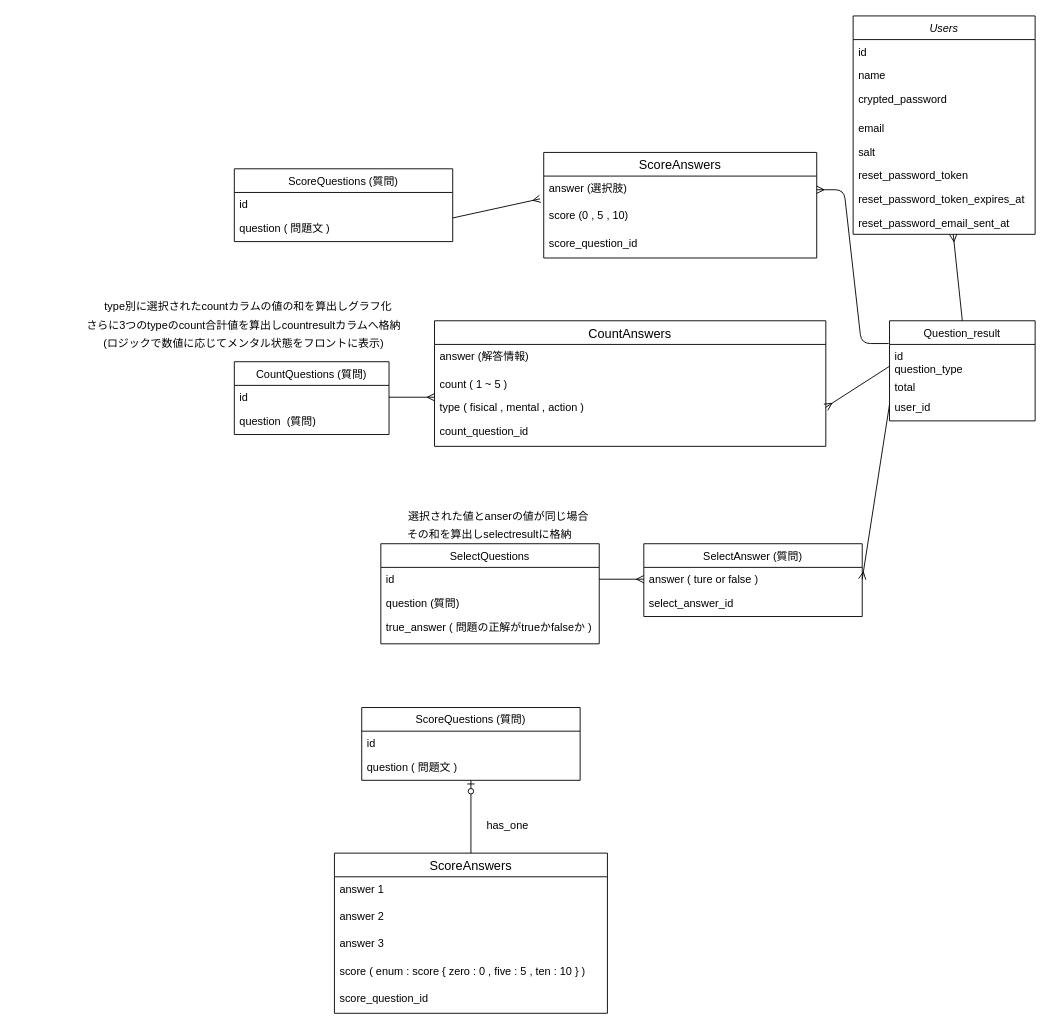
Before: Untitled Diagram.drawio in ko-suke1016/IKEMENTAL, a draw.io diagram. Source tidied: cells renumbered, new cells numbered last; positions are measured from the earlier drawing's top-left corner, leaving out a move shared by most shapes. Both pictures are drawn from the tidied source at 91%, with x=0, y=0 at pixel (15, 15).
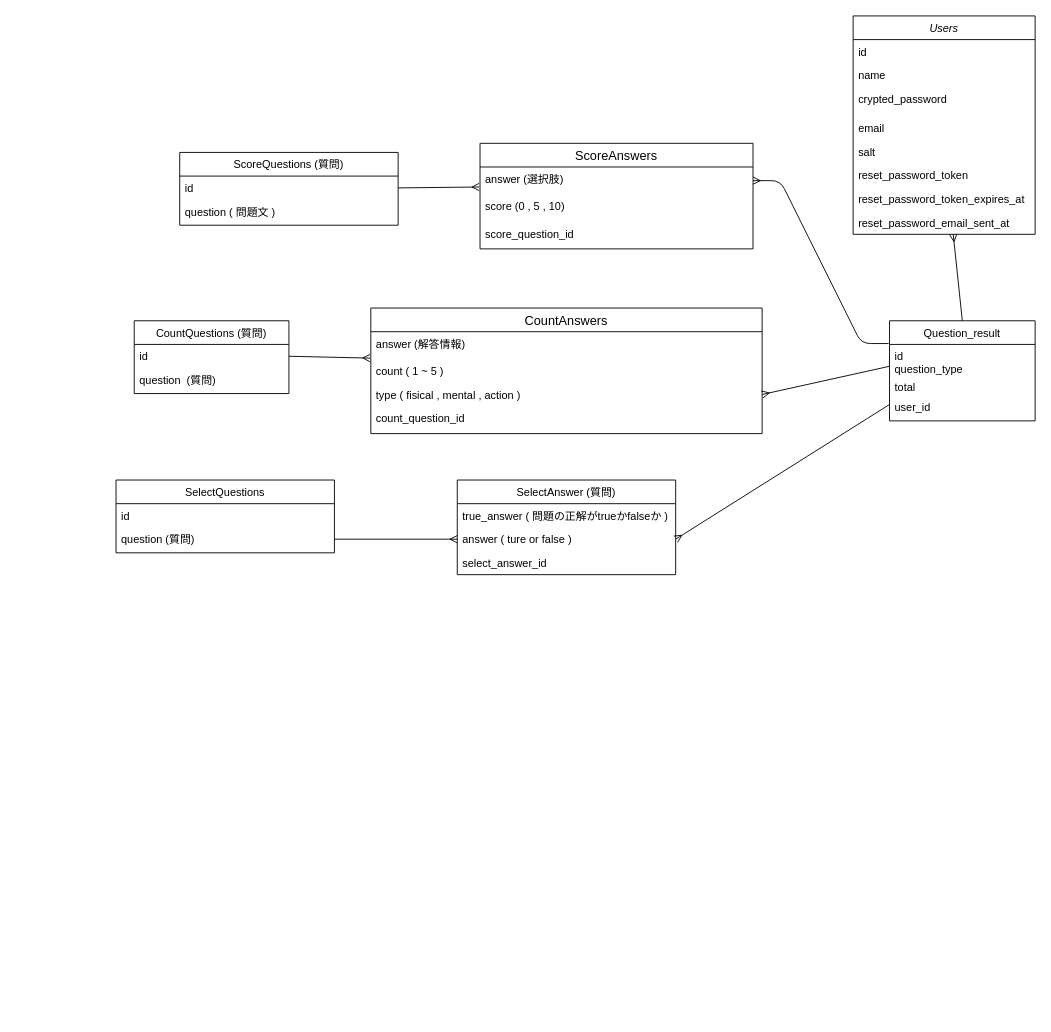
After the change.

Unchanged cells that the change refers to:
```xml
<mxCell id="12" value="id" style="text;align=left;verticalAlign=top;spacingLeft=4;spacingRight=4;overflow=hidden;points=[[0,0.5],[1,0.5]];portConstraint=eastwest;" parent="11" vertex="1">
  <mxGeometry y="26" width="170" height="26" as="geometry" />
</mxCell>
<mxCell id="15" value="id" style="text;align=left;verticalAlign=top;spacingLeft=4;spacingRight=4;overflow=hidden;points=[[0,0.5],[1,0.5]];portConstraint=eastwest;" parent="14" vertex="1">
  <mxGeometry y="26" width="240" height="26" as="geometry" />
</mxCell>
<mxCell id="16" value="question (質問)" style="text;align=left;verticalAlign=top;spacingLeft=4;spacingRight=4;overflow=hidden;points=[[0,0.5],[1,0.5]];portConstraint=eastwest;rounded=0;shadow=0;html=0;" parent="14" vertex="1">
  <mxGeometry y="52" width="240" height="26" as="geometry" />
</mxCell>
<mxCell id="25" value="id" style="text;align=left;verticalAlign=top;spacingLeft=4;spacingRight=4;overflow=hidden;points=[[0,0.5],[1,0.5]];portConstraint=eastwest;" parent="24" vertex="1">
  <mxGeometry y="26" width="240" height="26" as="geometry" />
</mxCell>
<mxCell id="34" value="answer (選択肢)" style="text;strokeColor=none;fillColor=none;spacingLeft=4;spacingRight=4;overflow=hidden;points=[[0,0.5],[1,0.5]];portConstraint=eastwest;fontSize=12;" parent="33" vertex="1">
  <mxGeometry y="26" width="300" height="30" as="geometry" />
</mxCell>
<mxCell id="41" value="answer (解答情報)" style="text;strokeColor=none;fillColor=none;spacingLeft=4;spacingRight=4;overflow=hidden;points=[[0,0.5],[1,0.5]];portConstraint=eastwest;fontSize=12;" parent="40" vertex="1">
  <mxGeometry y="26" width="430" height="30" as="geometry" />
</mxCell>
```

What changed in the source:
```diff
@@
     <mxCell id="11" value="CountQuestions (質問)" style="swimlane;fontStyle=0;align=center;verticalAlign=top;horizontal=1;startSize=26;rounded=0;shadow=0;strokeWidth=1;" parent="1" vertex="1">
-      <mxGeometry x="240" y="380" width="170" height="80" as="geometry" />
+      <mxGeometry x="130" y="335" width="170" height="80" as="geometry" />
     </mxCell>
@@
     <mxCell id="14" value="SelectQuestions" style="swimlane;fontStyle=0;align=center;verticalAlign=top;horizontal=1;startSize=26;rounded=0;shadow=0;strokeWidth=1;" parent="1" vertex="1">
-      <mxGeometry x="401" y="580" width="240" height="110" as="geometry" />
+      <mxGeometry x="110" y="510" width="240" height="80" as="geometry" />
     </mxCell>
@@
-    <mxCell id="17" value="true_answer ( 問題の正解がtrueかfalseか )" style="text;align=left;verticalAlign=top;spacingLeft=4;spacingRight=4;overflow=hidden;" parent="14" vertex="1">
-      <mxGeometry y="78" width="240" height="26" as="geometry" />
-    </mxCell>
@@
     <mxCell id="24" value="ScoreQuestions (質問)" style="swimlane;fontStyle=0;align=center;verticalAlign=top;horizontal=1;startSize=26;rounded=0;shadow=0;strokeWidth=1;" parent="1" vertex="1">
-      <mxGeometry x="240" y="168" width="240" height="80" as="geometry" />
+      <mxGeometry x="180" y="150" width="240" height="80" as="geometry" />
     </mxCell>
@@
-    <mxCell id="27" value="type別に選択されたcountカラムの値の和を算出しグラフ化" style="text;html=1;align=center;verticalAlign=middle;strokeColor=none;" parent="1" vertex="1">
-      <mxGeometry x="90" y="310" width="330" height="20" as="geometry" />
-    </mxCell>
-    <mxCell id="28" value="さらに3つのtypeのcount合計値を算出しcountresultカラムへ格納" style="text;html=1;align=center;verticalAlign=middle;strokeColor=none;" parent="1" vertex="1">
-      <mxGeometry x="70" y="330" width="360" height="20" as="geometry" />
-    </mxCell>
-    <mxCell id="29" value="(ロジックで数値に応じてメンタル状態をフロントに表示)" style="text;html=1;align=center;verticalAlign=middle;strokeColor=none;" parent="1" vertex="1">
-      <mxGeometry x="90" y="350" width="320" height="20" as="geometry" />
-    </mxCell>
-    <mxCell id="30" value="選択された値とanserの値が同じ場合" style="text;html=1;align=center;verticalAlign=middle;strokeColor=none;" parent="1" vertex="1">
-      <mxGeometry x="425" y="540" width="210" height="20" as="geometry" />
-    </mxCell>
-    <mxCell id="31" value="その和を算出しselectresultに格納" style="text;html=1;align=center;verticalAlign=middle;strokeColor=none;" parent="1" vertex="1">
-      <mxGeometry x="420" y="560" width="200" height="20" as="geometry" />
-    </mxCell>
@@
     <mxCell id="33" value="ScoreAnswers" style="swimlane;fontStyle=0;horizontal=1;startSize=26;align=center;fontSize=14;" parent="1" vertex="1">
-      <mxGeometry x="580" y="150" width="300" height="116" as="geometry" />
+      <mxGeometry x="510" y="140" width="300" height="116" as="geometry" />
     </mxCell>
@@
-    <mxCell id="37" style="fontSize=12;html=1;endArrow=ERmany;entryX=-0.013;entryY=0.833;entryDx=0;entryDy=0;elbow=vertical;exitX=1;exitY=0.5;exitDx=0;exitDy=0;entryPerimeter=0;" parent="1" edge="1" target="34">
-      <mxGeometry relative="1" as="geometry">
-        <mxPoint x="480" y="222" as="sourcePoint" />
-      </mxGeometry>
+    <mxCell id="37" style="fontSize=12;html=1;endArrow=ERmany;elbow=vertical;exitX=1;exitY=0.5;exitDx=0;exitDy=0;entryX=-0.003;entryY=0.733;entryDx=0;entryDy=0;entryPerimeter=0;" parent="1" edge="1" source="25" target="34">
+      <mxGeometry relative="1" as="geometry" />
     </mxCell>
@@
     <mxCell id="40" value="CountAnswers" style="swimlane;fontStyle=0;horizontal=1;startSize=26;align=center;fontSize=14;" parent="1" vertex="1">
-      <mxGeometry x="460" y="335" width="430" height="138" as="geometry" />
+      <mxGeometry x="390" y="321" width="430" height="138" as="geometry" />
     </mxCell>
@@
-    <mxCell id="45" style="fontSize=12;html=1;endArrow=ERmany;exitX=1;exitY=0.5;exitDx=0;exitDy=0;" parent="1" edge="1" source="12">
-      <mxGeometry relative="1" as="geometry">
-        <mxPoint x="460" y="419" as="targetPoint" />
-      </mxGeometry>
+    <mxCell id="45" style="fontSize=12;html=1;endArrow=ERmany;exitX=1;exitY=0.5;exitDx=0;exitDy=0;entryX=-0.002;entryY=0.967;entryDx=0;entryDy=0;entryPerimeter=0;" parent="1" edge="1" source="12" target="41">
+      <mxGeometry relative="1" as="geometry" />
     </mxCell>
     <mxCell id="46" value="SelectAnswer (質問)" style="swimlane;fontStyle=0;align=center;verticalAlign=top;horizontal=1;startSize=26;rounded=0;shadow=0;strokeWidth=1;" parent="1" vertex="1">
-      <mxGeometry x="690" y="580" width="240" height="80" as="geometry" />
+      <mxGeometry x="485" y="510" width="240" height="104" as="geometry" />
     </mxCell>
+    <mxCell id="17" value="true_answer ( 問題の正解がtrueかfalseか )" style="text;align=left;verticalAlign=top;spacingLeft=4;spacingRight=4;overflow=hidden;" parent="46" vertex="1">
+      <mxGeometry y="26" width="240" height="26" as="geometry" />
+    </mxCell>
     <mxCell id="47" value="answer ( ture or false )" style="text;align=left;verticalAlign=top;spacingLeft=4;spacingRight=4;overflow=hidden;points=[[0,0.5],[1,0.5]];portConstraint=eastwest;" parent="46" vertex="1">
-      <mxGeometry y="26" width="240" height="26" as="geometry" />
+      <mxGeometry y="52" width="240" height="26" as="geometry" />
     </mxCell>
     <mxCell id="48" value="select_answer_id" style="text;align=left;verticalAlign=top;spacingLeft=4;spacingRight=4;overflow=hidden;rounded=0;shadow=0;html=0;" parent="46" vertex="1">
-      <mxGeometry y="52" width="240" height="26" as="geometry" />
+      <mxGeometry y="78" width="240" height="26" as="geometry" />
     </mxCell>
-    <mxCell id="49" style="fontSize=12;html=1;endArrow=ERmany;exitX=1;exitY=0.5;exitDx=0;exitDy=0;entryX=0;entryY=0.5;entryDx=0;entryDy=0;" parent="1" edge="1" source="15" target="47">
+    <mxCell id="49" style="fontSize=12;html=1;endArrow=ERmany;exitX=1;exitY=0.5;exitDx=0;exitDy=0;entryX=0;entryY=0.5;entryDx=0;entryDy=0;" parent="1" edge="1" source="16" target="47">
       <mxGeometry relative="1" as="geometry" />
     </mxCell>
@@
-    <mxCell id="51" value="ScoreQuestions (質問)" style="swimlane;fontStyle=0;align=center;verticalAlign=top;horizontal=1;startSize=26;rounded=0;shadow=0;strokeWidth=1;" parent="1" vertex="1">
-      <mxGeometry x="380" y="760" width="240" height="80" as="geometry" />
-    </mxCell>
-    <mxCell id="52" value="id" style="text;align=left;verticalAlign=top;spacingLeft=4;spacingRight=4;overflow=hidden;" parent="51" vertex="1">
-      <mxGeometry y="26" width="240" height="26" as="geometry" />
-    </mxCell>
-    <mxCell id="53" value="question ( 問題文 )" style="text;align=left;verticalAlign=top;spacingLeft=4;spacingRight=4;overflow=hidden;rounded=0;shadow=0;html=0;" parent="51" vertex="1">
-      <mxGeometry y="52" width="240" height="20" as="geometry" />
-    </mxCell>
-    <mxCell id="54" value="ScoreAnswers" style="swimlane;fontStyle=0;horizontal=1;startSize=26;align=center;fontSize=14;" parent="1" vertex="1">
-      <mxGeometry x="350" y="920" width="300" height="176" as="geometry" />
-    </mxCell>
-    <mxCell id="55" value="answer 1" style="text;strokeColor=none;fillColor=none;spacingLeft=4;spacingRight=4;overflow=hidden;fontSize=12;" parent="54" vertex="1">
-      <mxGeometry y="26" width="300" height="30" as="geometry" />
-    </mxCell>
-    <mxCell id="56" value="answer 2" style="text;strokeColor=none;fillColor=none;spacingLeft=4;spacingRight=4;overflow=hidden;fontSize=12;" parent="54" vertex="1">
-      <mxGeometry y="56" width="300" height="30" as="geometry" />
-    </mxCell>
-    <mxCell id="57" value="answer 3" style="text;strokeColor=none;fillColor=none;spacingLeft=4;spacingRight=4;overflow=hidden;fontSize=12;" parent="54" vertex="1">
-      <mxGeometry y="86" width="300" height="30" as="geometry" />
-    </mxCell>
-    <mxCell id="58" value="score ( enum : score { zero : 0 , five : 5 , ten : 10 } )" style="text;strokeColor=none;fillColor=none;spacingLeft=4;spacingRight=4;overflow=hidden;fontSize=12;" parent="54" vertex="1">
-      <mxGeometry y="116" width="300" height="30" as="geometry" />
-    </mxCell>
-    <mxCell id="59" value="score_question_id" style="text;strokeColor=none;fillColor=none;spacingLeft=4;spacingRight=4;overflow=hidden;fontSize=12;" parent="54" vertex="1">
-      <mxGeometry y="146" width="300" height="30" as="geometry" />
-    </mxCell>
-    <mxCell id="60" style="fontSize=12;html=1;endArrow=ERzeroToOne;endFill=1;entryX=0.5;entryY=1;entryDx=0;entryDy=0;exitX=0.5;exitY=0;exitDx=0;exitDy=0;" parent="1" edge="1" source="54" target="51">
-      <mxGeometry relative="1" as="geometry" />
-    </mxCell>
-    <mxCell id="61" value="has_one" style="text;html=1;align=center;verticalAlign=middle;strokeColor=none;" parent="1" vertex="1">
-      <mxGeometry x="510" y="880" width="60" height="20" as="geometry" />
-    </mxCell>
```
